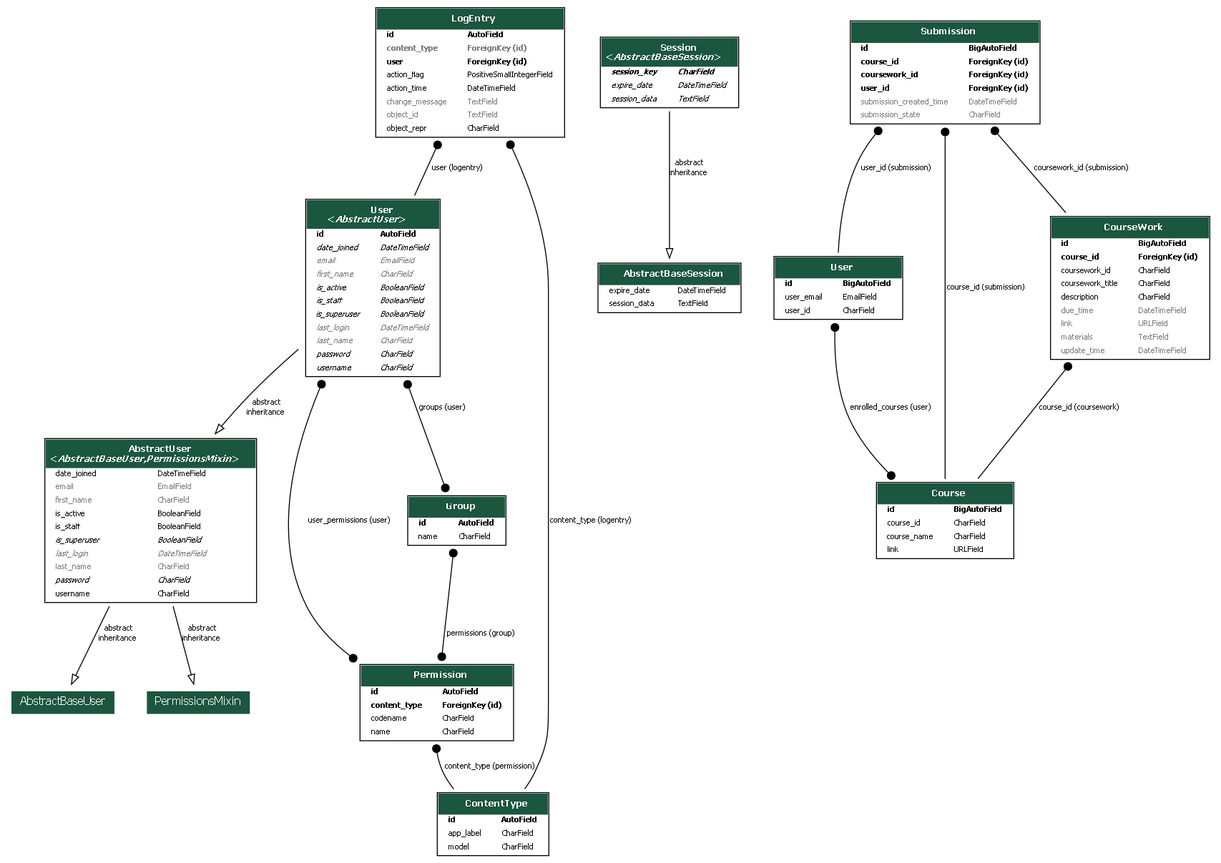
Earlier version of the Graphviz export erd.png (takaki-maeda-99/Tiboard). Its source is kept beside it as erd.dot.
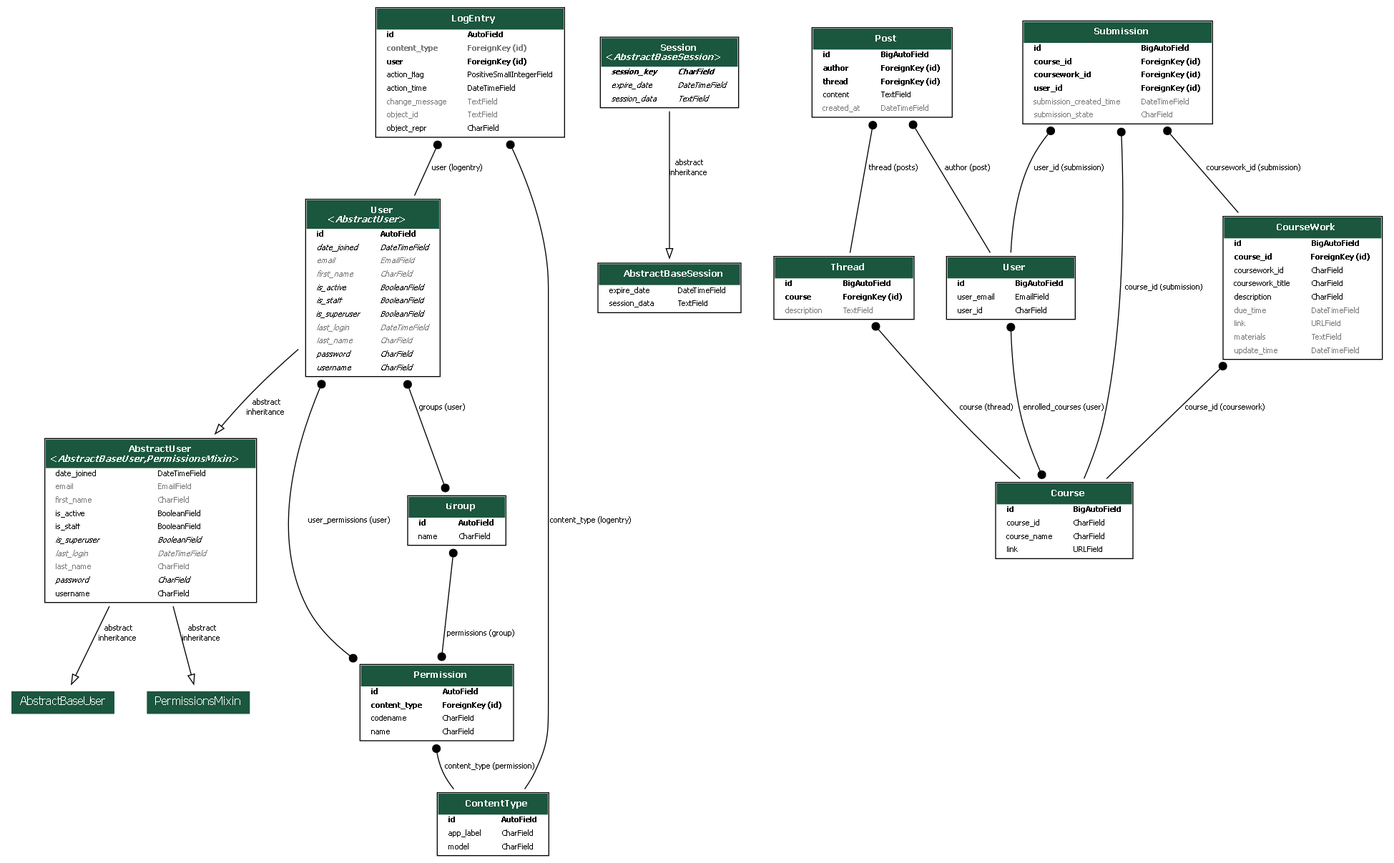
Later version of the same file.

Change to the diagram source:
```diff
@@ -454,6 +454,93 @@
 
 
 
+  question_board_models_Thread [label=<
+    <TABLE BGCOLOR="white" BORDER="1" CELLBORDER="0" CELLSPACING="0">
+    <TR><TD COLSPAN="2" CELLPADDING="5" ALIGN="CENTER" BGCOLOR="#1b563f">
+    <FONT FACE="Roboto" COLOR="white" POINT-SIZE="10"><B>
+    Thread
+    </B></FONT></TD></TR>
+
+
+    <TR><TD ALIGN="LEFT" BORDER="0">
+    <FONT FACE="Roboto"><B>id</B></FONT>
+    </TD><TD ALIGN="LEFT">
+    <FONT FACE="Roboto"><B>BigAutoField</B></FONT>
+    </TD></TR>
+
+
+
+    <TR><TD ALIGN="LEFT" BORDER="0">
+    <FONT FACE="Roboto"><B>course</B></FONT>
+    </TD><TD ALIGN="LEFT">
+    <FONT FACE="Roboto"><B>ForeignKey (id)</B></FONT>
+    </TD></TR>
+
+
+
+    <TR><TD ALIGN="LEFT" BORDER="0">
+    <FONT COLOR="#7B7B7B" FACE="Roboto">description</FONT>
+    </TD><TD ALIGN="LEFT">
+    <FONT COLOR="#7B7B7B" FACE="Roboto">TextField</FONT>
+    </TD></TR>
+
+
+    </TABLE>
+    >]
+
+  question_board_models_Post [label=<
+    <TABLE BGCOLOR="white" BORDER="1" CELLBORDER="0" CELLSPACING="0">
+    <TR><TD COLSPAN="2" CELLPADDING="5" ALIGN="CENTER" BGCOLOR="#1b563f">
+    <FONT FACE="Roboto" COLOR="white" POINT-SIZE="10"><B>
+    Post
+    </B></FONT></TD></TR>
+
+
+    <TR><TD ALIGN="LEFT" BORDER="0">
+    <FONT FACE="Roboto"><B>id</B></FONT>
+    </TD><TD ALIGN="LEFT">
+    <FONT FACE="Roboto"><B>BigAutoField</B></FONT>
+    </TD></TR>
+
+
+
+    <TR><TD ALIGN="LEFT" BORDER="0">
+    <FONT FACE="Roboto"><B>author</B></FONT>
+    </TD><TD ALIGN="LEFT">
+    <FONT FACE="Roboto"><B>ForeignKey (id)</B></FONT>
+    </TD></TR>
+
+
+
+    <TR><TD ALIGN="LEFT" BORDER="0">
+    <FONT FACE="Roboto"><B>thread</B></FONT>
+    </TD><TD ALIGN="LEFT">
+    <FONT FACE="Roboto"><B>ForeignKey (id)</B></FONT>
+    </TD></TR>
+
+
+
+    <TR><TD ALIGN="LEFT" BORDER="0">
+    <FONT FACE="Roboto">content</FONT>
+    </TD><TD ALIGN="LEFT">
+    <FONT FACE="Roboto">TextField</FONT>
+    </TD></TR>
+
+
+
+    <TR><TD ALIGN="LEFT" BORDER="0">
+    <FONT COLOR="#7B7B7B" FACE="Roboto">created_at</FONT>
+    </TD><TD ALIGN="LEFT">
+    <FONT COLOR="#7B7B7B" FACE="Roboto">DateTimeField</FONT>
+    </TD></TR>
+
+
+    </TABLE>
+    >]
+
+
+
+
   task_board_models_User [label=<
     <TABLE BGCOLOR="white" BORDER="1" CELLBORDER="0" CELLSPACING="0">
     <TR><TD COLSPAN="2" CELLPADDING="5" ALIGN="CENTER" BGCOLOR="#1b563f">
@@ -720,6 +807,16 @@
   [label=" abstract\ninheritance"] [arrowhead=empty, arrowtail=none, dir=both];
 
 
+  question_board_models_Thread -> task_board_models_Course
+  [label=" course (thread)"] [arrowhead=none, arrowtail=dot, dir=both];
+
+  question_board_models_Post -> question_board_models_Thread
+  [label=" thread (posts)"] [arrowhead=none, arrowtail=dot, dir=both];
+
+  question_board_models_Post -> task_board_models_User
+  [label=" author (post)"] [arrowhead=none, arrowtail=dot, dir=both];
+
+
   task_board_models_User -> task_board_models_Course
   [label=" enrolled_courses (user)"] [arrowhead=dot arrowtail=dot, dir=both];
 
```
